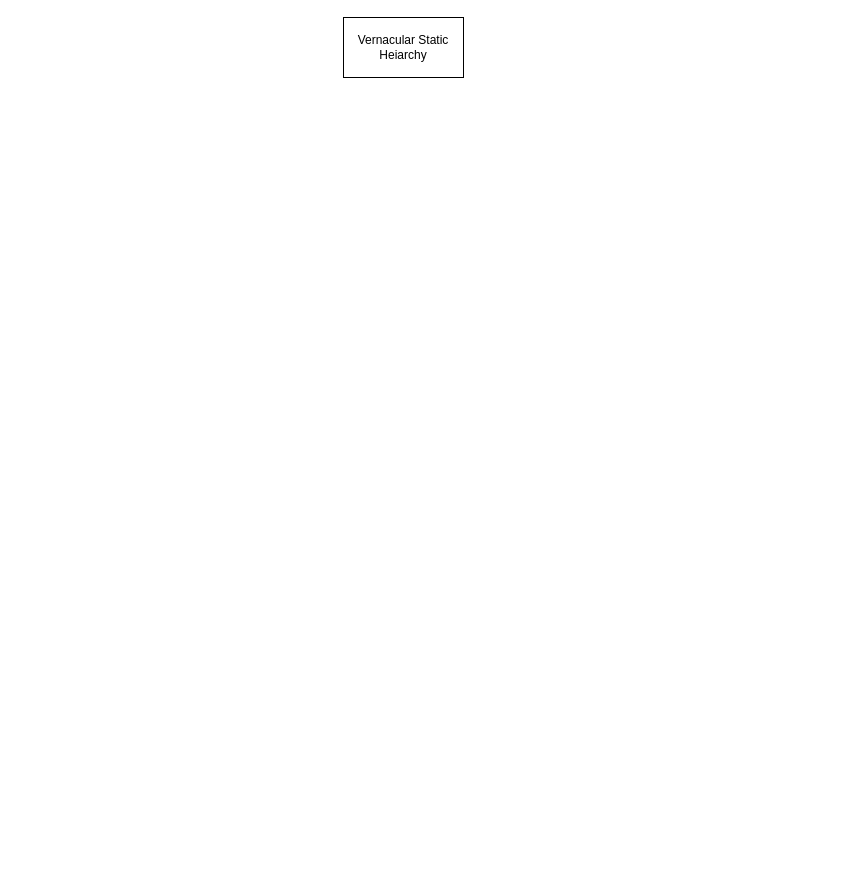
Above: Untitled Diagram.drawio in ChaseCodesThings/vernacular_app (draw.io), before the change. Source tidied: cells renumbered, new cells numbered last; positions are measured from the earlier drawing's top-left corner, leaving out a move shared by most shapes. Both pictures are drawn from the tidied source at 100%, with x=0, y=0 at pixel (343, 17).
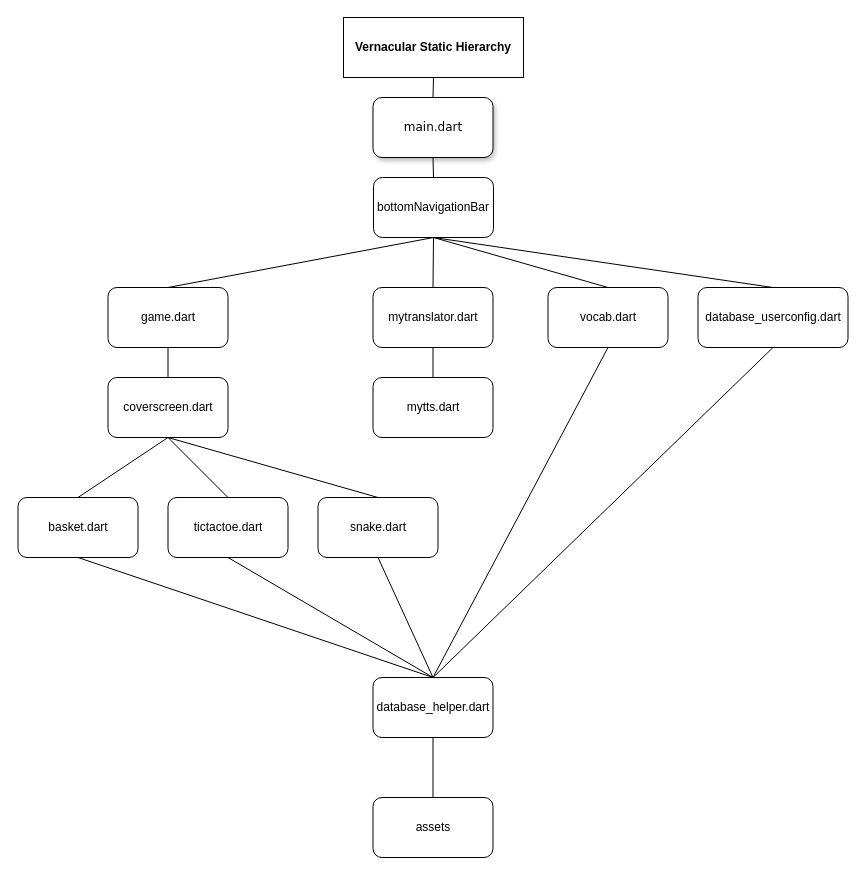
After the change.

What changed in the source:
```diff
@@
-    <mxCell id="2" value="Vernacular Static Heiarchy" style="rounded=0;whiteSpace=wrap;html=1;" parent="1" vertex="1">
-      <mxGeometry width="120" height="60" as="geometry" />
+    <mxCell id="2" value="&lt;b&gt;Vernacular Static&amp;nbsp;Hierarchy&lt;/b&gt;" style="rounded=0;whiteSpace=wrap;html=1;" parent="1" vertex="1">
+      <mxGeometry width="180" height="60" as="geometry" />
     </mxCell>
+    <mxCell id="3" value="main.dart" style="whiteSpace=wrap;html=1;rounded=1;shadow=1;labelBackgroundColor=none;strokeWidth=1;fontFamily=Verdana;fontSize=12;align=center;" parent="1" vertex="1">
+      <mxGeometry x="29.5" y="80" width="120" height="60" as="geometry" />
+    </mxCell>
+    <mxCell id="4" value="bottomNavigationBar" style="rounded=1;whiteSpace=wrap;html=1;" parent="1" vertex="1">
+      <mxGeometry x="30" y="160" width="120" height="60" as="geometry" />
+    </mxCell>
+    <mxCell id="5" value="game.dart" style="rounded=1;whiteSpace=wrap;html=1;" parent="1" vertex="1">
+      <mxGeometry x="-235.5" y="270" width="120" height="60" as="geometry" />
+    </mxCell>
+    <mxCell id="6" value="coverscreen.dart" style="rounded=1;whiteSpace=wrap;html=1;" parent="1" vertex="1">
+      <mxGeometry x="-235.5" y="360" width="120" height="60" as="geometry" />
+    </mxCell>
+    <mxCell id="7" value="basket.dart" style="rounded=1;whiteSpace=wrap;html=1;" parent="1" vertex="1">
+      <mxGeometry x="-325.5" y="480" width="120" height="60" as="geometry" />
+    </mxCell>
+    <mxCell id="8" value="tictactoe.dart" style="rounded=1;whiteSpace=wrap;html=1;" parent="1" vertex="1">
+      <mxGeometry x="-175.5" y="480" width="120" height="60" as="geometry" />
+    </mxCell>
+    <mxCell id="9" value="snake.dart" style="rounded=1;whiteSpace=wrap;html=1;" parent="1" vertex="1">
+      <mxGeometry x="-25.5" y="480" width="120" height="60" as="geometry" />
+    </mxCell>
+    <mxCell id="10" value="mytranslator.dart" style="rounded=1;whiteSpace=wrap;html=1;" parent="1" vertex="1">
+      <mxGeometry x="29.5" y="270" width="120" height="60" as="geometry" />
+    </mxCell>
+    <mxCell id="11" value="mytts.dart" style="rounded=1;whiteSpace=wrap;html=1;" parent="1" vertex="1">
+      <mxGeometry x="29.5" y="360" width="120" height="60" as="geometry" />
+    </mxCell>
+    <mxCell id="12" value="vocab.dart" style="rounded=1;whiteSpace=wrap;html=1;" parent="1" vertex="1">
+      <mxGeometry x="204.5" y="270" width="120" height="60" as="geometry" />
+    </mxCell>
+    <mxCell id="13" value="database_userconfig.dart" style="rounded=1;whiteSpace=wrap;html=1;" parent="1" vertex="1">
+      <mxGeometry x="354.5" y="270" width="150" height="60" as="geometry" />
+    </mxCell>
+    <mxCell id="14" value="database_helper.dart" style="rounded=1;whiteSpace=wrap;html=1;" parent="1" vertex="1">
+      <mxGeometry x="29.5" y="660" width="120" height="60" as="geometry" />
+    </mxCell>
+    <mxCell id="15" value="assets" style="rounded=1;whiteSpace=wrap;html=1;" parent="1" vertex="1">
+      <mxGeometry x="29.5" y="780" width="120" height="60" as="geometry" />
+    </mxCell>
+    <mxCell id="16" style="endArrow=none;html=1;rounded=0;exitX=0.5;exitY=0;exitDx=0;exitDy=0;entryX=0.5;entryY=1;entryDx=0;entryDy=0;" parent="1" edge="1" source="3" target="2">
+      <mxGeometry relative="1" as="geometry" />
+    </mxCell>
+    <mxCell id="17" style="endArrow=none;html=1;rounded=0;entryX=0.5;entryY=1;entryDx=0;entryDy=0;exitX=0.5;exitY=0;exitDx=0;exitDy=0;" parent="1" edge="1" source="4" target="3">
+      <mxGeometry relative="1" as="geometry" />
+    </mxCell>
+    <mxCell id="18" style="endArrow=none;html=1;rounded=0;exitX=0.5;exitY=0;exitDx=0;exitDy=0;entryX=0.5;entryY=1;entryDx=0;entryDy=0;" parent="1" edge="1" source="5" target="4">
+      <mxGeometry relative="1" as="geometry" />
+    </mxCell>
+    <mxCell id="19" style="endArrow=none;html=1;rounded=0;exitX=0.5;exitY=0;exitDx=0;exitDy=0;entryX=0.5;entryY=1;entryDx=0;entryDy=0;" parent="1" edge="1" source="12" target="4">
+      <mxGeometry relative="1" as="geometry" />
+    </mxCell>
+    <mxCell id="20" style="endArrow=none;html=1;rounded=0;exitX=0.5;exitY=0;exitDx=0;exitDy=0;entryX=0.5;entryY=1;entryDx=0;entryDy=0;" parent="1" edge="1" source="13" target="4">
+      <mxGeometry relative="1" as="geometry" />
+    </mxCell>
+    <mxCell id="21" style="endArrow=none;html=1;rounded=0;exitX=0.5;exitY=1;exitDx=0;exitDy=0;entryX=0.5;entryY=0;entryDx=0;entryDy=0;" parent="1" edge="1" source="4" target="10">
+      <mxGeometry relative="1" as="geometry" />
+    </mxCell>
+    <mxCell id="22" style="endArrow=none;html=1;rounded=0;exitX=0.5;exitY=0;exitDx=0;exitDy=0;entryX=0.5;entryY=1;entryDx=0;entryDy=0;" parent="1" edge="1" source="6" target="5">
+      <mxGeometry relative="1" as="geometry" />
+    </mxCell>
+    <mxCell id="23" style="endArrow=none;html=1;rounded=0;exitX=0.5;exitY=1;exitDx=0;exitDy=0;entryX=0.5;entryY=0;entryDx=0;entryDy=0;" parent="1" edge="1" source="6" target="9">
+      <mxGeometry relative="1" as="geometry" />
+    </mxCell>
+    <mxCell id="24" style="endArrow=none;html=1;rounded=0;entryX=0.5;entryY=1;entryDx=0;entryDy=0;exitX=0.5;exitY=0;exitDx=0;exitDy=0;" parent="1" edge="1" source="7" target="6">
+      <mxGeometry relative="1" as="geometry" />
+    </mxCell>
+    <mxCell id="25" style="endArrow=none;html=1;rounded=0;exitX=0.5;exitY=0;exitDx=0;exitDy=0;entryX=0.5;entryY=1;entryDx=0;entryDy=0;" parent="1" edge="1" source="8" target="6">
+      <mxGeometry relative="1" as="geometry" />
+    </mxCell>
+    <mxCell id="26" style="endArrow=none;html=1;rounded=0;exitX=0.5;exitY=0;exitDx=0;exitDy=0;entryX=0.5;entryY=1;entryDx=0;entryDy=0;" parent="1" edge="1" source="11" target="10">
+      <mxGeometry relative="1" as="geometry" />
+    </mxCell>
+    <mxCell id="27" style="endArrow=none;html=1;rounded=0;exitX=0.5;exitY=0;exitDx=0;exitDy=0;entryX=0.5;entryY=1;entryDx=0;entryDy=0;" parent="1" edge="1" source="14" target="9">
+      <mxGeometry relative="1" as="geometry" />
+    </mxCell>
+    <mxCell id="28" style="endArrow=none;html=1;rounded=0;exitX=0.5;exitY=0;exitDx=0;exitDy=0;entryX=0.5;entryY=1;entryDx=0;entryDy=0;" parent="1" edge="1" source="14" target="8">
+      <mxGeometry relative="1" as="geometry" />
+    </mxCell>
+    <mxCell id="29" style="endArrow=none;html=1;rounded=0;exitX=0.5;exitY=1;exitDx=0;exitDy=0;entryX=0.5;entryY=0;entryDx=0;entryDy=0;" parent="1" edge="1" source="13" target="14">
+      <mxGeometry relative="1" as="geometry" />
+    </mxCell>
+    <mxCell id="30" style="endArrow=none;html=1;rounded=0;exitX=0.5;exitY=0;exitDx=0;exitDy=0;entryX=0.5;entryY=1;entryDx=0;entryDy=0;" parent="1" edge="1" source="14" target="12">
+      <mxGeometry relative="1" as="geometry" />
+    </mxCell>
+    <mxCell id="31" style="endArrow=none;html=1;rounded=0;exitX=0.5;exitY=1;exitDx=0;exitDy=0;entryX=0.5;entryY=0;entryDx=0;entryDy=0;" parent="1" edge="1" source="14" target="15">
+      <mxGeometry relative="1" as="geometry" />
+    </mxCell>
+    <mxCell id="32" style="endArrow=none;html=1;rounded=0;exitX=0.5;exitY=1;exitDx=0;exitDy=0;entryX=0.5;entryY=0;entryDx=0;entryDy=0;" parent="1" edge="1" source="7" target="14">
+      <mxGeometry relative="1" as="geometry" />
+    </mxCell>
```
